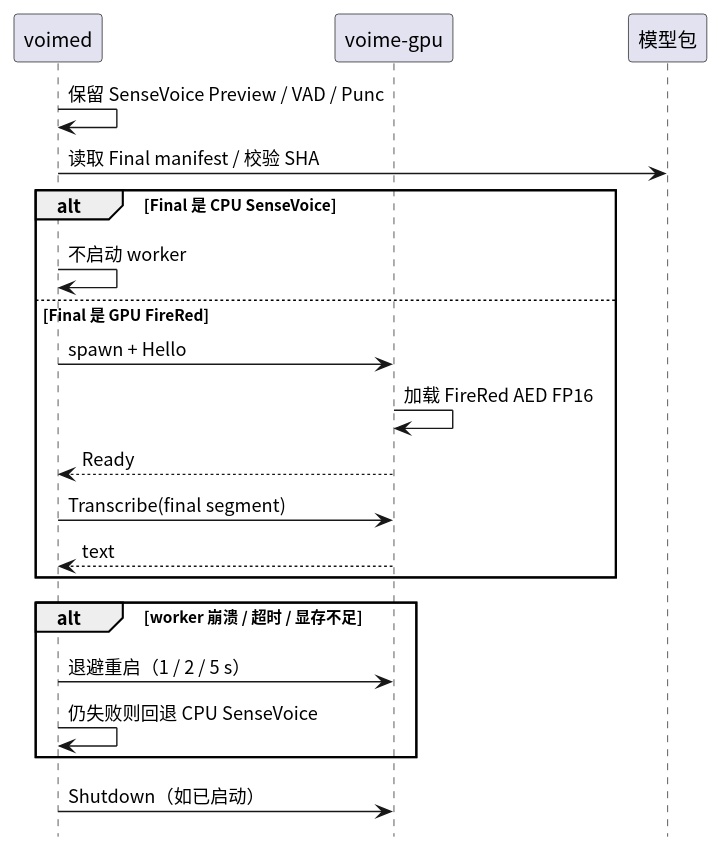
Above: crates/voime-gpu/diagram/lifecycle.svg in 54m43lJ/voime (PlantUML), before the change.
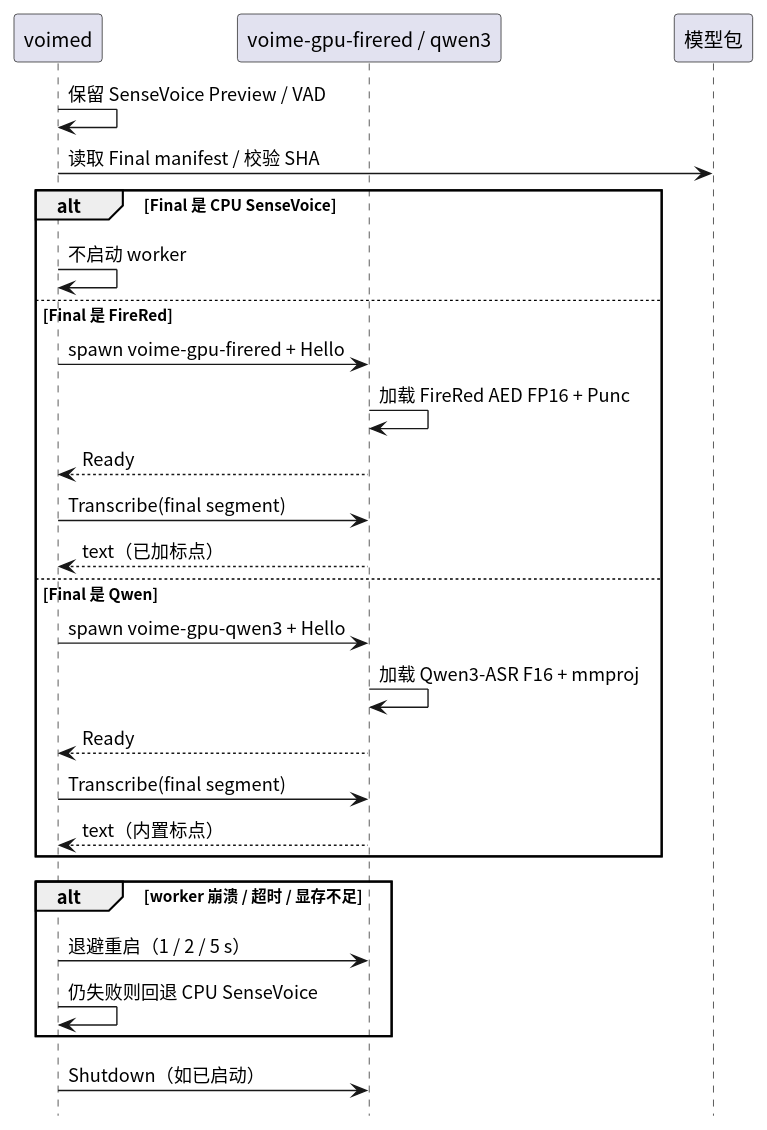
After the change.

Diff of the diagram source:
```diff
@@ -4,19 +4,25 @@
 hide footbox
 
 participant "voimed" as Daemon
-participant "voime-gpu" as Worker
+participant "voime-gpu-firered / qwen3" as Worker
 participant "模型包" as Package
 
-Daemon -> Daemon : 保留 SenseVoice Preview / VAD / Punc
+Daemon -> Daemon : 保留 SenseVoice Preview / VAD
 Daemon -> Package : 读取 Final manifest / 校验 SHA
 alt Final 是 CPU SenseVoice
   Daemon -> Daemon : 不启动 worker
-else Final 是 GPU FireRed
-  Daemon -> Worker : spawn + Hello
-  Worker -> Worker : 加载 FireRed AED FP16
+else Final 是 FireRed
+  Daemon -> Worker : spawn voime-gpu-firered + Hello
+  Worker -> Worker : 加载 FireRed AED FP16 + Punc
   Worker --> Daemon : Ready
   Daemon -> Worker : Transcribe(final segment)
-  Worker --> Daemon : text
+  Worker --> Daemon : text（已加标点）
+else Final 是 Qwen
+  Daemon -> Worker : spawn voime-gpu-qwen3 + Hello
+  Worker -> Worker : 加载 Qwen3-ASR F16 + mmproj
+  Worker --> Daemon : Ready
+  Daemon -> Worker : Transcribe(final segment)
+  Worker --> Daemon : text（内置标点）
 end
 alt worker 崩溃 / 超时 / 显存不足
   Daemon -> Worker : 退避重启（1 / 2 / 5 s）
```
